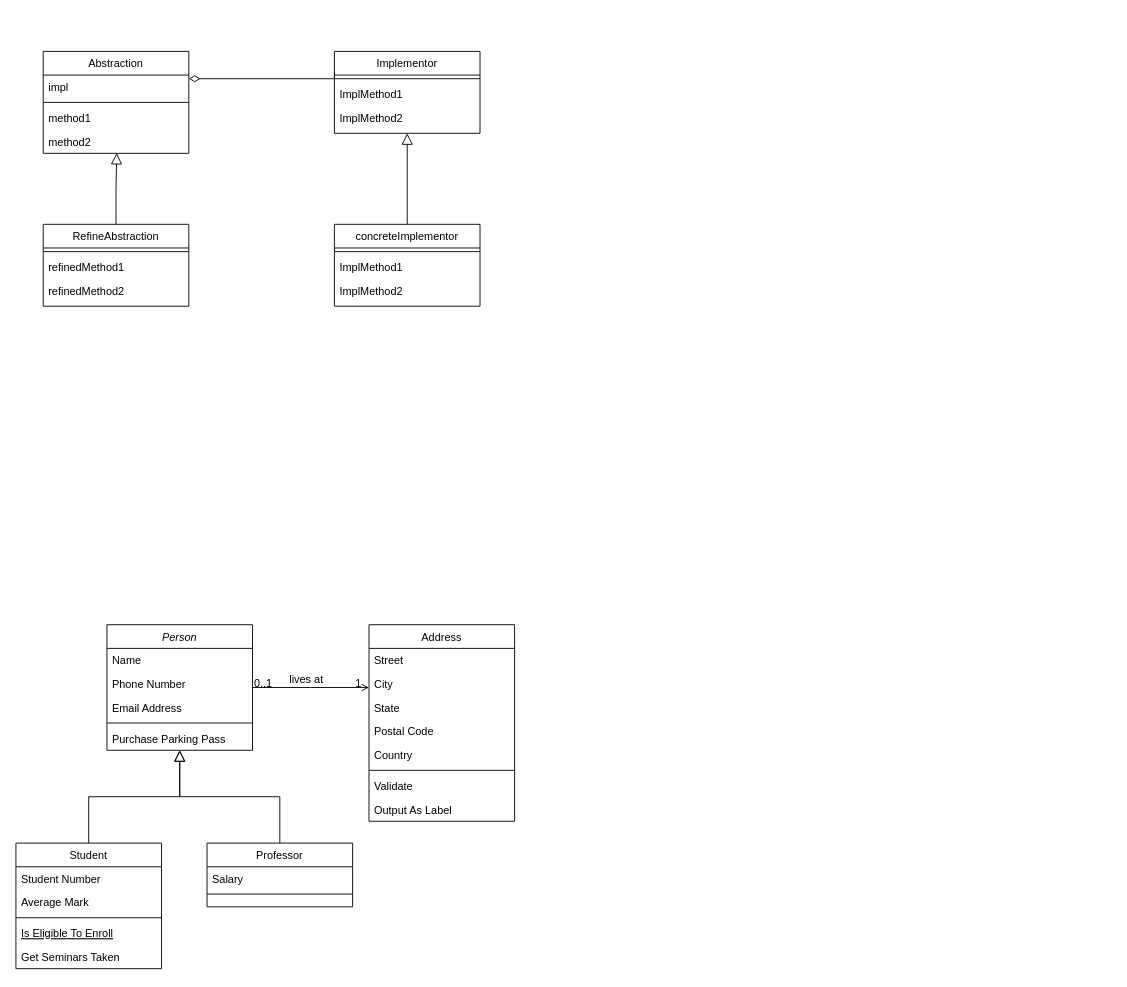
Above: aa3차_tactic.drawio in ShineSoYoung/TEST (draw.io), before the change. Source tidied: cells renumbered, new cells numbered last; positions are measured from the earlier drawing's top-left corner, leaving out a move shared by most shapes. Both pictures are drawn from the tidied source at 91%, with x=0, y=0 at pixel (15, 51).
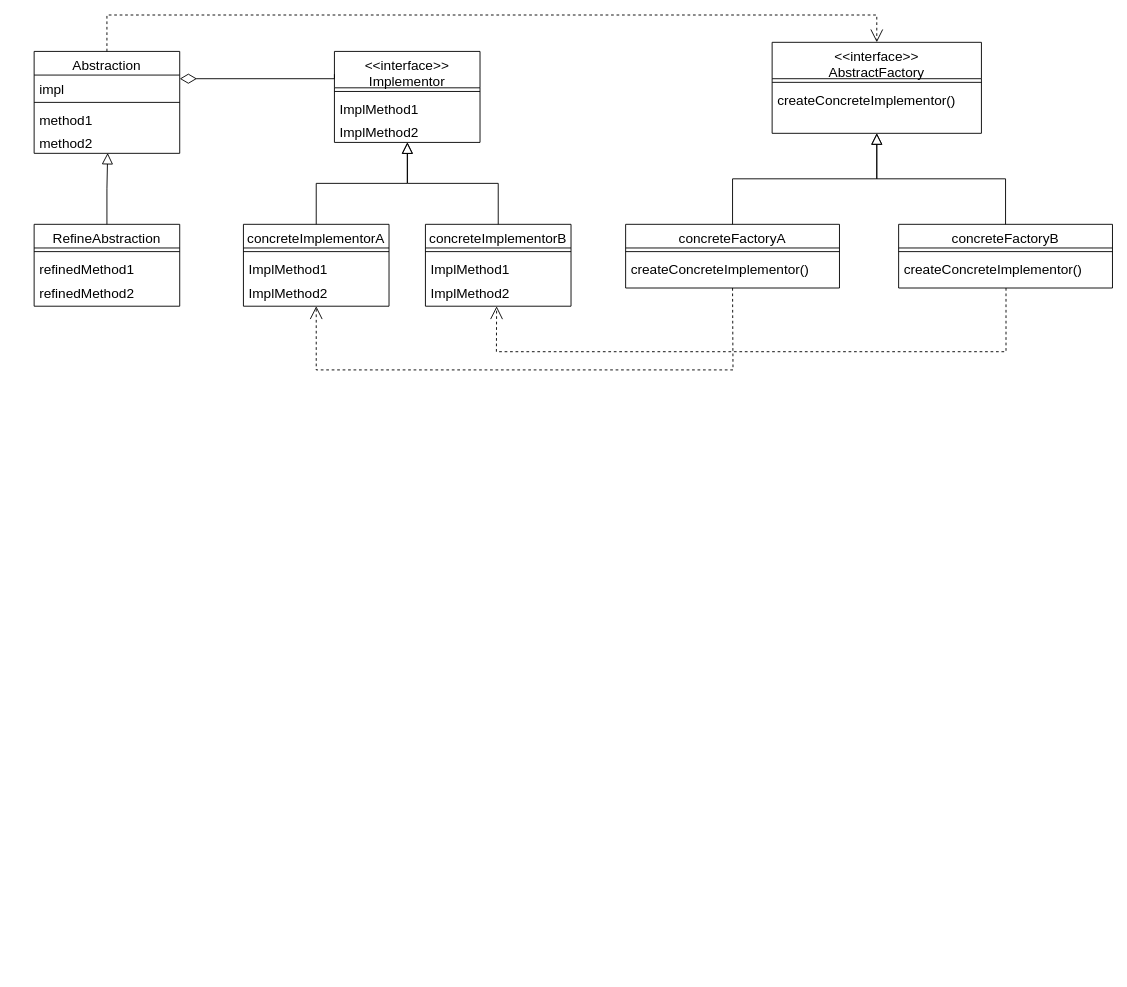
The same diagram, later.

Commit message:
aa3차_tactic.drawio 업데이트

The edit, as a diff of the source:
```diff
@@
-    <mxCell id="2" value="Person" style="swimlane;fontStyle=2;align=center;verticalAlign=top;horizontal=1;startSize=26;rounded=0;shadow=0;strokeWidth=1;" parent="1" vertex="1">
-      <mxGeometry x="100" y="630" width="160" height="138" as="geometry" />
-    </mxCell>
-    <mxCell id="3" value="Name" style="text;align=left;verticalAlign=top;spacingLeft=4;spacingRight=4;overflow=hidden;" parent="2" vertex="1">
-      <mxGeometry y="26" width="160" height="26" as="geometry" />
-    </mxCell>
-    <mxCell id="4" value="Phone Number" style="text;align=left;verticalAlign=top;spacingLeft=4;spacingRight=4;overflow=hidden;rounded=0;shadow=0;html=0;" parent="2" vertex="1">
-      <mxGeometry y="52" width="160" height="26" as="geometry" />
-    </mxCell>
-    <mxCell id="5" value="Email Address" style="text;align=left;verticalAlign=top;spacingLeft=4;spacingRight=4;overflow=hidden;rounded=0;shadow=0;html=0;" parent="2" vertex="1">
-      <mxGeometry y="78" width="160" height="26" as="geometry" />
-    </mxCell>
-    <mxCell id="6" style="line;html=1;strokeWidth=1;align=left;verticalAlign=middle;spacingTop=-1;spacingLeft=3;spacingRight=3;labelPosition=right;" parent="2" vertex="1">
-      <mxGeometry y="104" width="160" height="8" as="geometry" />
-    </mxCell>
-    <mxCell id="7" value="Purchase Parking Pass" style="text;align=left;verticalAlign=top;spacingLeft=4;spacingRight=4;overflow=hidden;" parent="2" vertex="1">
-      <mxGeometry y="112" width="160" height="26" as="geometry" />
-    </mxCell>
-    <mxCell id="8" value="Student" style="swimlane;fontStyle=0;align=center;verticalAlign=top;horizontal=1;startSize=26;rounded=0;shadow=0;strokeWidth=1;" parent="1" vertex="1">
-      <mxGeometry y="870" width="160" height="138" as="geometry" />
-    </mxCell>
-    <mxCell id="9" value="Student Number" style="text;align=left;verticalAlign=top;spacingLeft=4;spacingRight=4;overflow=hidden;" parent="8" vertex="1">
-      <mxGeometry y="26" width="160" height="26" as="geometry" />
-    </mxCell>
-    <mxCell id="10" value="Average Mark" style="text;align=left;verticalAlign=top;spacingLeft=4;spacingRight=4;overflow=hidden;rounded=0;shadow=0;html=0;" parent="8" vertex="1">
-      <mxGeometry y="52" width="160" height="26" as="geometry" />
-    </mxCell>
-    <mxCell id="11" style="line;html=1;strokeWidth=1;align=left;verticalAlign=middle;spacingTop=-1;spacingLeft=3;spacingRight=3;labelPosition=right;" parent="8" vertex="1">
-      <mxGeometry y="78" width="160" height="8" as="geometry" />
-    </mxCell>
-    <mxCell id="12" value="Is Eligible To Enroll" style="text;align=left;verticalAlign=top;spacingLeft=4;spacingRight=4;overflow=hidden;fontStyle=4;" parent="8" vertex="1">
-      <mxGeometry y="86" width="160" height="26" as="geometry" />
-    </mxCell>
-    <mxCell id="13" value="Get Seminars Taken" style="text;align=left;verticalAlign=top;spacingLeft=4;spacingRight=4;overflow=hidden;" parent="8" vertex="1">
-      <mxGeometry y="112" width="160" height="26" as="geometry" />
-    </mxCell>
-    <mxCell id="14" style="endArrow=block;endSize=10;endFill=0;shadow=0;strokeWidth=1;rounded=0;edgeStyle=elbowEdgeStyle;elbow=vertical;" parent="1" edge="1" source="8" target="2">
-      <mxGeometry relative="1" as="geometry" />
-    </mxCell>
-    <mxCell id="15" value="Professor" style="swimlane;fontStyle=0;align=center;verticalAlign=top;horizontal=1;startSize=26;rounded=0;shadow=0;strokeWidth=1;" parent="1" vertex="1">
-      <mxGeometry x="210" y="870" width="160" height="70" as="geometry" />
-    </mxCell>
-    <mxCell id="16" value="Salary" style="text;align=left;verticalAlign=top;spacingLeft=4;spacingRight=4;overflow=hidden;" parent="15" vertex="1">
-      <mxGeometry y="26" width="160" height="26" as="geometry" />
-    </mxCell>
-    <mxCell id="17" style="line;html=1;strokeWidth=1;align=left;verticalAlign=middle;spacingTop=-1;spacingLeft=3;spacingRight=3;labelPosition=right;" parent="15" vertex="1">
-      <mxGeometry y="52" width="160" height="8" as="geometry" />
-    </mxCell>
-    <mxCell id="18" style="endArrow=block;endSize=10;endFill=0;shadow=0;strokeWidth=1;rounded=0;edgeStyle=elbowEdgeStyle;elbow=vertical;" parent="1" edge="1" source="15" target="2">
-      <mxGeometry relative="1" as="geometry" />
-    </mxCell>
-    <mxCell id="19" value="Address" style="swimlane;fontStyle=0;align=center;verticalAlign=top;horizontal=1;startSize=26;rounded=0;shadow=0;strokeWidth=1;" parent="1" vertex="1">
-      <mxGeometry x="388" y="630" width="160" height="216" as="geometry" />
-    </mxCell>
-    <mxCell id="20" value="Street" style="text;align=left;verticalAlign=top;spacingLeft=4;spacingRight=4;overflow=hidden;" parent="19" vertex="1">
-      <mxGeometry y="26" width="160" height="26" as="geometry" />
-    </mxCell>
-    <mxCell id="21" value="City" style="text;align=left;verticalAlign=top;spacingLeft=4;spacingRight=4;overflow=hidden;rounded=0;shadow=0;html=0;" parent="19" vertex="1">
-      <mxGeometry y="52" width="160" height="26" as="geometry" />
-    </mxCell>
-    <mxCell id="22" value="State" style="text;align=left;verticalAlign=top;spacingLeft=4;spacingRight=4;overflow=hidden;rounded=0;shadow=0;html=0;" parent="19" vertex="1">
-      <mxGeometry y="78" width="160" height="26" as="geometry" />
-    </mxCell>
-    <mxCell id="23" value="Postal Code" style="text;align=left;verticalAlign=top;spacingLeft=4;spacingRight=4;overflow=hidden;rounded=0;shadow=0;html=0;" parent="19" vertex="1">
-      <mxGeometry y="104" width="160" height="26" as="geometry" />
-    </mxCell>
-    <mxCell id="24" value="Country" style="text;align=left;verticalAlign=top;spacingLeft=4;spacingRight=4;overflow=hidden;rounded=0;shadow=0;html=0;" parent="19" vertex="1">
-      <mxGeometry y="130" width="160" height="26" as="geometry" />
-    </mxCell>
-    <mxCell id="25" style="line;html=1;strokeWidth=1;align=left;verticalAlign=middle;spacingTop=-1;spacingLeft=3;spacingRight=3;labelPosition=right;" parent="19" vertex="1">
-      <mxGeometry y="156" width="160" height="8" as="geometry" />
-    </mxCell>
-    <mxCell id="26" value="Validate" style="text;align=left;verticalAlign=top;spacingLeft=4;spacingRight=4;overflow=hidden;" parent="19" vertex="1">
-      <mxGeometry y="164" width="160" height="26" as="geometry" />
-    </mxCell>
-    <mxCell id="27" value="Output As Label" style="text;align=left;verticalAlign=top;spacingLeft=4;spacingRight=4;overflow=hidden;" parent="19" vertex="1">
-      <mxGeometry y="190" width="160" height="26" as="geometry" />
-    </mxCell>
-    <mxCell id="28" style="endArrow=open;shadow=0;strokeWidth=1;rounded=0;endFill=1;edgeStyle=elbowEdgeStyle;elbow=vertical;" parent="1" edge="1" source="2" target="19">
-      <mxGeometry x="0.5" y="41" relative="1" as="geometry">
-        <mxPoint x="-40" y="32" as="offset" />
-      </mxGeometry>
-    </mxCell>
-    <mxCell id="29" value="0..1" style="align=left;verticalAlign=bottom;labelBackgroundColor=none;fontSize=12;" parent="28" vertex="1">
-      <mxGeometry x="-1" relative="1" as="geometry">
-        <mxPoint y="4" as="offset" />
-      </mxGeometry>
-    </mxCell>
-    <mxCell id="30" value="1" style="align=right;verticalAlign=bottom;labelBackgroundColor=none;fontSize=12;" parent="28" vertex="1">
-      <mxGeometry x="1" relative="1" as="geometry">
-        <mxPoint x="-7" y="4" as="offset" />
-      </mxGeometry>
-    </mxCell>
-    <mxCell id="31" value="lives at" style="text;html=1;align=center;verticalAlign=middle;labelBackgroundColor=none;rounded=0;shadow=0;strokeWidth=1;fontSize=12;" parent="28" vertex="1">
-      <mxGeometry x="0.5" y="49" relative="1" as="geometry">
-        <mxPoint x="-38" y="40" as="offset" />
-      </mxGeometry>
-    </mxCell>
-    <mxCell id="32" value="Abstraction" style="swimlane;fontStyle=0;align=center;verticalAlign=top;horizontal=1;startSize=26;rounded=0;shadow=0;strokeWidth=1;" parent="1" vertex="1">
-      <mxGeometry x="30" width="160" height="112" as="geometry" />
+    <mxCell id="32" value="Abstraction" style="swimlane;fontStyle=0;align=center;verticalAlign=top;horizontal=1;startSize=26;rounded=0;shadow=0;strokeWidth=1;fontSize=15;" parent="1" vertex="1">
+      <mxGeometry x="20" width="160" height="112" as="geometry" />
     </mxCell>
-    <mxCell id="33" value="impl" style="text;align=left;verticalAlign=top;spacingLeft=4;spacingRight=4;overflow=hidden;points=[[0,0.5],[1,0.5]];portConstraint=eastwest;" parent="32" vertex="1">
+    <mxCell id="33" value="impl" style="text;align=left;verticalAlign=top;spacingLeft=4;spacingRight=4;overflow=hidden;points=[[0,0.5],[1,0.5]];portConstraint=eastwest;fontSize=15;" parent="32" vertex="1">
       <mxGeometry y="26" width="160" height="26" as="geometry" />
     </mxCell>
-    <mxCell id="34" style="line;html=1;strokeWidth=1;align=left;verticalAlign=middle;spacingTop=-1;spacingLeft=3;spacingRight=3;labelPosition=right;" parent="32" vertex="1">
+    <mxCell id="34" style="line;html=1;strokeWidth=1;align=left;verticalAlign=middle;spacingTop=-1;spacingLeft=3;spacingRight=3;labelPosition=right;fontSize=15;" parent="32" vertex="1">
       <mxGeometry y="52" width="160" height="8" as="geometry" />
     </mxCell>
-    <mxCell id="35" value="method1" style="text;align=left;verticalAlign=top;spacingLeft=4;spacingRight=4;overflow=hidden;" parent="32" vertex="1">
+    <mxCell id="35" value="method1" style="text;align=left;verticalAlign=top;spacingLeft=4;spacingRight=4;overflow=hidden;fontSize=15;" parent="32" vertex="1">
       <mxGeometry y="60" width="160" height="26" as="geometry" />
     </mxCell>
-    <mxCell id="36" value="method2" style="text;align=left;verticalAlign=top;spacingLeft=4;spacingRight=4;overflow=hidden;points=[[0,0.5],[1,0.5]];portConstraint=eastwest;" parent="32" vertex="1">
+    <mxCell id="36" value="method2" style="text;align=left;verticalAlign=top;spacingLeft=4;spacingRight=4;overflow=hidden;points=[[0,0.5],[1,0.5]];portConstraint=eastwest;fontSize=15;" parent="32" vertex="1">
       <mxGeometry y="86" width="160" height="26" as="geometry" />
     </mxCell>
-    <mxCell id="37" value="Implementor" style="swimlane;fontStyle=0;align=center;verticalAlign=top;horizontal=1;startSize=26;rounded=0;shadow=0;strokeWidth=1;" parent="1" vertex="1">
-      <mxGeometry x="350" width="160" height="90" as="geometry" />
+    <mxCell id="37" value="&lt;&lt;interface&gt;&gt;&#10;Implementor" style="swimlane;fontStyle=0;align=center;verticalAlign=top;horizontal=1;startSize=40;rounded=0;shadow=0;strokeWidth=1;fontSize=15;" parent="1" vertex="1">
+      <mxGeometry x="350" width="160" height="100" as="geometry" />
     </mxCell>
-    <mxCell id="38" style="line;html=1;strokeWidth=1;align=left;verticalAlign=middle;spacingTop=-1;spacingLeft=3;spacingRight=3;labelPosition=right;" parent="37" vertex="1">
-      <mxGeometry y="26" width="160" height="8" as="geometry" />
+    <mxCell id="38" style="line;html=1;strokeWidth=1;align=left;verticalAlign=middle;spacingTop=-1;spacingLeft=3;spacingRight=3;labelPosition=right;fontSize=15;" parent="37" vertex="1">
+      <mxGeometry y="40" width="160" height="8" as="geometry" />
     </mxCell>
-    <mxCell id="39" value="ImplMethod1" style="text;align=left;verticalAlign=top;spacingLeft=4;spacingRight=4;overflow=hidden;" parent="37" vertex="1">
-      <mxGeometry y="34" width="160" height="26" as="geometry" />
+    <mxCell id="39" value="ImplMethod1" style="text;align=left;verticalAlign=top;spacingLeft=4;spacingRight=4;overflow=hidden;fontSize=15;" parent="37" vertex="1">
+      <mxGeometry y="48" width="160" height="26" as="geometry" />
     </mxCell>
-    <mxCell id="40" value="ImplMethod2" style="text;align=left;verticalAlign=top;spacingLeft=4;spacingRight=4;overflow=hidden;points=[[0,0.5],[1,0.5]];portConstraint=eastwest;" parent="37" vertex="1">
-      <mxGeometry y="60" width="160" height="26" as="geometry" />
+    <mxCell id="40" value="ImplMethod2" style="text;align=left;verticalAlign=top;spacingLeft=4;spacingRight=4;overflow=hidden;points=[[0,0.5],[1,0.5]];portConstraint=eastwest;fontSize=15;" parent="37" vertex="1">
+      <mxGeometry y="74" width="160" height="26" as="geometry" />
     </mxCell>
-    <mxCell id="41" value="RefineAbstraction" style="swimlane;fontStyle=0;align=center;verticalAlign=top;horizontal=1;startSize=26;rounded=0;shadow=0;strokeWidth=1;" parent="1" vertex="1">
-      <mxGeometry x="30" y="190" width="160" height="90" as="geometry" />
+    <mxCell id="41" value="RefineAbstraction" style="swimlane;fontStyle=0;align=center;verticalAlign=top;horizontal=1;startSize=26;rounded=0;shadow=0;strokeWidth=1;fontSize=15;" parent="1" vertex="1">
+      <mxGeometry x="20" y="190" width="160" height="90" as="geometry" />
     </mxCell>
-    <mxCell id="42" style="line;html=1;strokeWidth=1;align=left;verticalAlign=middle;spacingTop=-1;spacingLeft=3;spacingRight=3;labelPosition=right;" parent="41" vertex="1">
+    <mxCell id="42" style="line;html=1;strokeWidth=1;align=left;verticalAlign=middle;spacingTop=-1;spacingLeft=3;spacingRight=3;labelPosition=right;fontSize=15;" parent="41" vertex="1">
       <mxGeometry y="26" width="160" height="8" as="geometry" />
     </mxCell>
-    <mxCell id="43" value="refinedMethod1" style="text;align=left;verticalAlign=top;spacingLeft=4;spacingRight=4;overflow=hidden;" parent="41" vertex="1">
+    <mxCell id="43" value="refinedMethod1" style="text;align=left;verticalAlign=top;spacingLeft=4;spacingRight=4;overflow=hidden;fontSize=15;" parent="41" vertex="1">
       <mxGeometry y="34" width="160" height="26" as="geometry" />
     </mxCell>
-    <mxCell id="44" value="refinedMethod2" style="text;align=left;verticalAlign=top;spacingLeft=4;spacingRight=4;overflow=hidden;" parent="41" vertex="1">
+    <mxCell id="44" value="refinedMethod2" style="text;align=left;verticalAlign=top;spacingLeft=4;spacingRight=4;overflow=hidden;fontSize=15;" parent="41" vertex="1">
       <mxGeometry y="60" width="160" height="26" as="geometry" />
     </mxCell>
-    <mxCell id="45" value="concreteImplementor" style="swimlane;fontStyle=0;align=center;verticalAlign=top;horizontal=1;startSize=26;rounded=0;shadow=0;strokeWidth=1;" parent="1" vertex="1">
-      <mxGeometry x="350" y="190" width="160" height="90" as="geometry" />
+    <mxCell id="45" value="concreteImplementorA" style="swimlane;fontStyle=0;align=center;verticalAlign=top;horizontal=1;startSize=26;rounded=0;shadow=0;strokeWidth=1;fontSize=15;" parent="1" vertex="1">
+      <mxGeometry x="250" y="190" width="160" height="90" as="geometry" />
     </mxCell>
-    <mxCell id="46" style="line;html=1;strokeWidth=1;align=left;verticalAlign=middle;spacingTop=-1;spacingLeft=3;spacingRight=3;labelPosition=right;" parent="45" vertex="1">
+    <mxCell id="46" style="line;html=1;strokeWidth=1;align=left;verticalAlign=middle;spacingTop=-1;spacingLeft=3;spacingRight=3;labelPosition=right;fontSize=15;" parent="45" vertex="1">
       <mxGeometry y="26" width="160" height="8" as="geometry" />
     </mxCell>
-    <mxCell id="47" value="ImplMethod1" style="text;align=left;verticalAlign=top;spacingLeft=4;spacingRight=4;overflow=hidden;" parent="45" vertex="1">
+    <mxCell id="47" value="ImplMethod1" style="text;align=left;verticalAlign=top;spacingLeft=4;spacingRight=4;overflow=hidden;fontSize=15;" parent="45" vertex="1">
       <mxGeometry y="34" width="160" height="26" as="geometry" />
     </mxCell>
-    <mxCell id="48" value="ImplMethod2" style="text;align=left;verticalAlign=top;spacingLeft=4;spacingRight=4;overflow=hidden;" parent="45" vertex="1">
+    <mxCell id="48" value="ImplMethod2" style="text;align=left;verticalAlign=top;spacingLeft=4;spacingRight=4;overflow=hidden;fontSize=15;" parent="45" vertex="1">
       <mxGeometry y="60" width="160" height="26" as="geometry" />
     </mxCell>
-    <mxCell id="49" style="endArrow=block;endSize=10;endFill=0;shadow=0;strokeWidth=1;rounded=0;edgeStyle=elbowEdgeStyle;elbow=vertical;entryX=0.5;entryY=1;entryDx=0;entryDy=0;exitX=0.5;exitY=0;exitDx=0;exitDy=0;" parent="1" edge="1" source="45" target="37">
+    <mxCell id="49" style="endArrow=block;endSize=10;endFill=0;shadow=0;strokeWidth=1;rounded=0;edgeStyle=elbowEdgeStyle;elbow=vertical;entryX=0.5;entryY=1;entryDx=0;entryDy=0;exitX=0.5;exitY=0;exitDx=0;exitDy=0;fontSize=15;" parent="1" edge="1" source="45" target="37">
       <mxGeometry relative="1" as="geometry" />
     </mxCell>
-    <mxCell id="50" style="endArrow=block;endSize=10;endFill=0;shadow=0;strokeWidth=1;rounded=0;edgeStyle=elbowEdgeStyle;elbow=vertical;entryX=0.505;entryY=0.985;entryDx=0;entryDy=0;exitX=0.5;exitY=0;exitDx=0;exitDy=0;entryPerimeter=0;" parent="1" edge="1" source="41" target="36">
+    <mxCell id="50" style="endArrow=block;endSize=10;endFill=0;shadow=0;strokeWidth=1;rounded=0;edgeStyle=elbowEdgeStyle;elbow=vertical;entryX=0.505;entryY=0.985;entryDx=0;entryDy=0;exitX=0.5;exitY=0;exitDx=0;exitDy=0;entryPerimeter=0;fontSize=15;" parent="1" edge="1" source="41" target="36">
       <mxGeometry relative="1" as="geometry" />
     </mxCell>
-    <mxCell id="51" style="endArrow=diamondThin;endSize=10;endFill=0;shadow=0;strokeWidth=1;rounded=0;edgeStyle=elbowEdgeStyle;elbow=vertical;exitX=0;exitY=0.25;exitDx=0;exitDy=0;" parent="1" edge="1" source="37">
+    <mxCell id="51" style="endArrow=diamondThin;endSize=16;endFill=0;shadow=0;strokeWidth=1;rounded=0;edgeStyle=elbowEdgeStyle;elbow=vertical;exitX=0;exitY=0.25;exitDx=0;exitDy=0;fontSize=15;" parent="1" edge="1" source="37" target="33">
       <mxGeometry relative="1" as="geometry">
-        <mxPoint x="190" y="30" as="targetPoint" />
         <Array as="points">
           <mxPoint x="200" y="30" />
         </Array>
       </mxGeometry>
     </mxCell>
+    <mxCell id="52" style="endArrow=open;endSize=12;dashed=1;html=1;rounded=0;exitX=0.5;exitY=0;exitDx=0;exitDy=0;entryX=0.5;entryY=0;entryDx=0;entryDy=0;fontSize=15;" parent="1" edge="1" source="32" target="53">
+      <mxGeometry x="0.29" y="60" relative="1" as="geometry">
+        <Array as="points">
+          <mxPoint x="100" y="-40" />
+          <mxPoint x="946" y="-40" />
+        </Array>
+      </mxGeometry>
+    </mxCell>
+    <mxCell id="53" value="&lt;&lt;interface&gt;&gt;&#10;AbstractFactory" style="swimlane;fontStyle=0;align=center;verticalAlign=top;horizontal=1;startSize=40;rounded=0;shadow=0;strokeWidth=1;fontSize=15;" parent="1" vertex="1">
+      <mxGeometry x="831" y="-10" width="230" height="100" as="geometry" />
+    </mxCell>
+    <mxCell id="54" style="line;html=1;strokeWidth=1;align=left;verticalAlign=middle;spacingTop=-1;spacingLeft=3;spacingRight=3;labelPosition=right;fontSize=15;" parent="53" vertex="1">
+      <mxGeometry y="40" width="230" height="8" as="geometry" />
+    </mxCell>
+    <mxCell id="55" value="createConcreteImplementor()" style="text;align=left;verticalAlign=top;spacingLeft=4;spacingRight=4;overflow=hidden;fontSize=15;" parent="53" vertex="1">
+      <mxGeometry y="48" width="230" height="26" as="geometry" />
+    </mxCell>
+    <mxCell id="56" value="concreteImplementorB" style="swimlane;fontStyle=0;align=center;verticalAlign=top;horizontal=1;startSize=26;rounded=0;shadow=0;strokeWidth=1;fontSize=15;" parent="1" vertex="1">
+      <mxGeometry x="450" y="190" width="160" height="90" as="geometry" />
+    </mxCell>
+    <mxCell id="57" style="line;html=1;strokeWidth=1;align=left;verticalAlign=middle;spacingTop=-1;spacingLeft=3;spacingRight=3;labelPosition=right;fontSize=15;" parent="56" vertex="1">
+      <mxGeometry y="26" width="160" height="8" as="geometry" />
+    </mxCell>
+    <mxCell id="58" value="ImplMethod1" style="text;align=left;verticalAlign=top;spacingLeft=4;spacingRight=4;overflow=hidden;fontSize=15;" parent="56" vertex="1">
+      <mxGeometry y="34" width="160" height="26" as="geometry" />
+    </mxCell>
+    <mxCell id="59" value="ImplMethod2" style="text;align=left;verticalAlign=top;spacingLeft=4;spacingRight=4;overflow=hidden;points=[[0,0.5],[1,0.5]];portConstraint=eastwest;fontSize=15;" parent="56" vertex="1">
+      <mxGeometry y="60" width="160" height="26" as="geometry" />
+    </mxCell>
+    <mxCell id="60" style="endArrow=block;endSize=10;endFill=0;shadow=0;strokeWidth=1;rounded=0;edgeStyle=elbowEdgeStyle;elbow=vertical;entryX=0.502;entryY=1;entryDx=0;entryDy=0;entryPerimeter=0;fontSize=15;" parent="1" edge="1" source="56" target="40">
+      <mxGeometry relative="1" as="geometry" />
+    </mxCell>
+    <mxCell id="61" value="concreteFactoryA" style="swimlane;fontStyle=0;align=center;verticalAlign=top;horizontal=1;startSize=26;rounded=0;shadow=0;strokeWidth=1;fontSize=15;" parent="1" vertex="1">
+      <mxGeometry x="670" y="190" width="235" height="70" as="geometry" />
+    </mxCell>
+    <mxCell id="62" style="line;html=1;strokeWidth=1;align=left;verticalAlign=middle;spacingTop=-1;spacingLeft=3;spacingRight=3;labelPosition=right;fontSize=15;" parent="61" vertex="1">
+      <mxGeometry y="26" width="235" height="8" as="geometry" />
+    </mxCell>
+    <mxCell id="63" value="createConcreteImplementor()" style="text;align=left;verticalAlign=top;spacingLeft=4;spacingRight=4;overflow=hidden;fontSize=15;" parent="61" vertex="1">
+      <mxGeometry y="34" width="235" height="26" as="geometry" />
+    </mxCell>
+    <mxCell id="64" value="concreteFactoryB" style="swimlane;fontStyle=0;align=center;verticalAlign=top;horizontal=1;startSize=26;rounded=0;shadow=0;strokeWidth=1;fontSize=15;" parent="1" vertex="1">
+      <mxGeometry x="970" y="190" width="235" height="70" as="geometry" />
+    </mxCell>
+    <mxCell id="65" style="line;html=1;strokeWidth=1;align=left;verticalAlign=middle;spacingTop=-1;spacingLeft=3;spacingRight=3;labelPosition=right;fontSize=15;" parent="64" vertex="1">
+      <mxGeometry y="26" width="235" height="8" as="geometry" />
+    </mxCell>
+    <mxCell id="66" value="createConcreteImplementor()" style="text;align=left;verticalAlign=top;spacingLeft=4;spacingRight=4;overflow=hidden;fontSize=15;" parent="64" vertex="1">
+      <mxGeometry y="34" width="235" height="26" as="geometry" />
+    </mxCell>
+    <mxCell id="67" style="endArrow=block;endSize=10;endFill=0;shadow=0;strokeWidth=1;rounded=0;edgeStyle=elbowEdgeStyle;elbow=vertical;fontSize=15;exitX=0.5;exitY=0;exitDx=0;exitDy=0;" parent="1" edge="1" source="64">
+      <mxGeometry relative="1" as="geometry">
+        <mxPoint x="946" y="90" as="targetPoint" />
+      </mxGeometry>
+    </mxCell>
+    <mxCell id="68" style="endArrow=block;endSize=10;endFill=0;shadow=0;strokeWidth=1;rounded=0;edgeStyle=elbowEdgeStyle;elbow=vertical;fontSize=15;exitX=0.5;exitY=0;exitDx=0;exitDy=0;" parent="1" edge="1" source="61">
+      <mxGeometry relative="1" as="geometry">
+        <mxPoint x="946" y="90" as="targetPoint" />
+      </mxGeometry>
+    </mxCell>
+    <mxCell id="69" style="endArrow=open;endSize=12;dashed=1;html=1;rounded=0;exitX=0.5;exitY=1;exitDx=0;exitDy=0;entryX=0.5;entryY=1;entryDx=0;entryDy=0;fontSize=15;" parent="1" edge="1" source="61" target="45">
+      <mxGeometry x="0.29" y="60" relative="1" as="geometry">
+        <Array as="points">
+          <mxPoint x="788" y="350" />
+          <mxPoint x="330" y="350" />
+        </Array>
+      </mxGeometry>
+    </mxCell>
+    <mxCell id="70" style="endArrow=open;endSize=12;dashed=1;html=1;rounded=0;entryX=0.489;entryY=1.156;entryDx=0;entryDy=0;fontSize=15;entryPerimeter=0;" parent="1" edge="1" target="59">
+      <mxGeometry x="0.29" y="60" relative="1" as="geometry">
+        <mxPoint x="1088" y="260" as="sourcePoint" />
+        <Array as="points">
+          <mxPoint x="1088" y="330" />
+          <mxPoint x="810" y="330" />
+          <mxPoint x="528" y="330" />
+        </Array>
+      </mxGeometry>
+    </mxCell>
```
